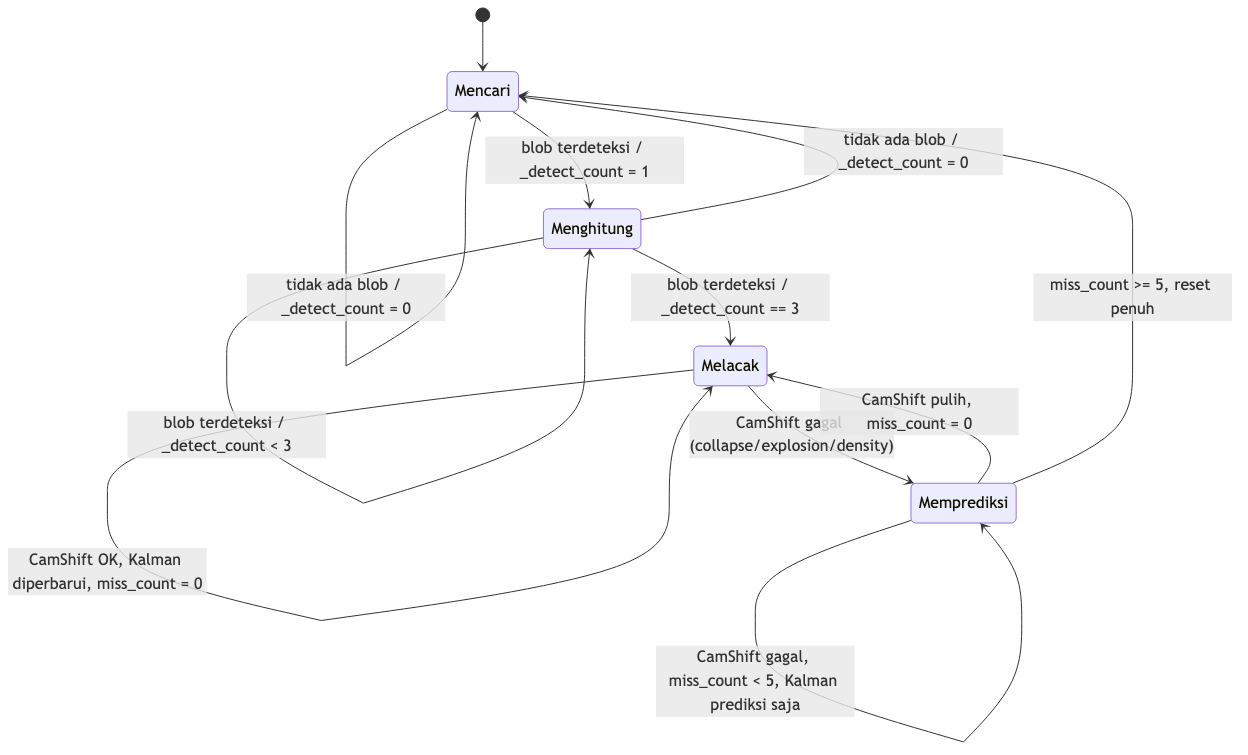
This is docs/chart_02_detection_state.png from musaelhanafi/drone-seeker, a Mermaid export, as it was before one commit. Its source is kept beside it as docs/chart_02_detection_state.mmd.
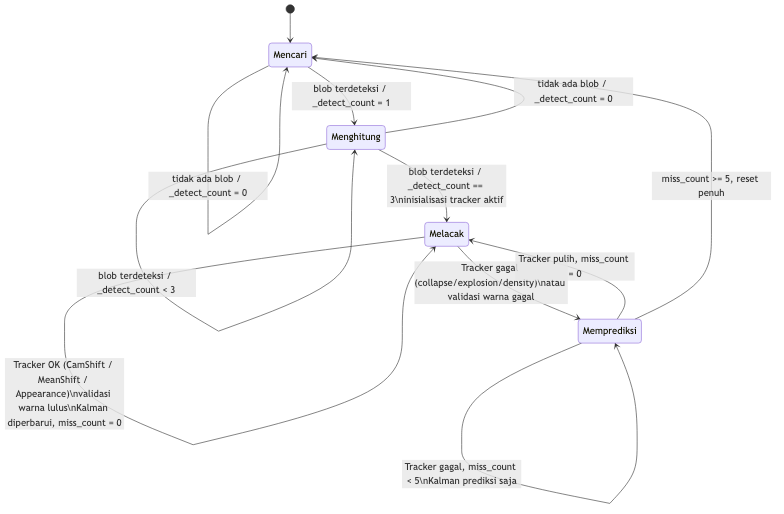
After the change.

What changed in the source:
```diff
@@ -5,12 +5,12 @@
     Mencari --> Menghitung : blob terdeteksi / _detect_count = 1
 
     Menghitung --> Menghitung : blob terdeteksi / _detect_count < 3
-    Menghitung --> Melacak    : blob terdeteksi / _detect_count == 3
+    Menghitung --> Melacak    : blob terdeteksi / _detect_count == 3\ninisialisasi tracker aktif
     Menghitung --> Mencari    : tidak ada blob / _detect_count = 0
 
-    Melacak --> Melacak      : CamShift OK, Kalman diperbarui, miss_count = 0
-    Melacak --> Memprediksi  : CamShift gagal (collapse/explosion/density)
+    Melacak --> Melacak      : Tracker OK (CamShift / MeanShift / Appearance)\nvalidasi warna lulus\nKalman diperbarui, miss_count = 0
+    Melacak --> Memprediksi  : Tracker gagal (collapse/explosion/density)\natau validasi warna gagal
 
-    Memprediksi --> Memprediksi : CamShift gagal, miss_count < 5, Kalman prediksi saja
-    Memprediksi --> Melacak     : CamShift pulih, miss_count = 0
+    Memprediksi --> Memprediksi : Tracker gagal, miss_count < 5\nKalman prediksi saja
+    Memprediksi --> Melacak     : Tracker pulih, miss_count = 0
     Memprediksi --> Mencari     : miss_count >= 5, reset penuh
```
